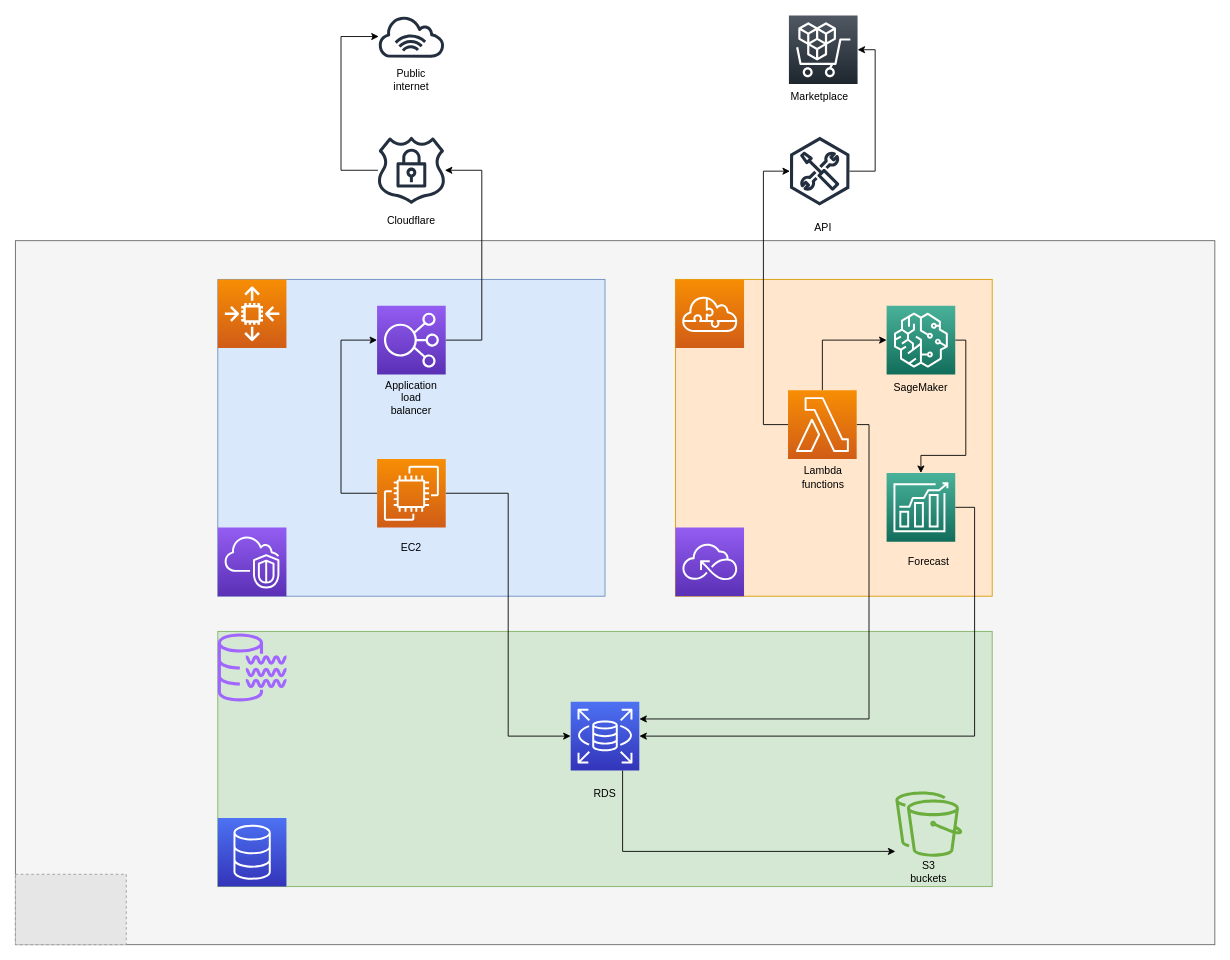
Before: analytics-service/Untitled Diagram.drawio in IcyAltair/Pet-projects, a draw.io diagram. Source tidied: cells renumbered, new cells numbered last; positions are measured from the earlier drawing's top-left corner, leaving out a move shared by most shapes. Both pictures are drawn from the tidied source at 88%, with x=0, y=0 at pixel (15, 15). Pictures stored in the file or linked from it are replaced by grey dashed boxes.
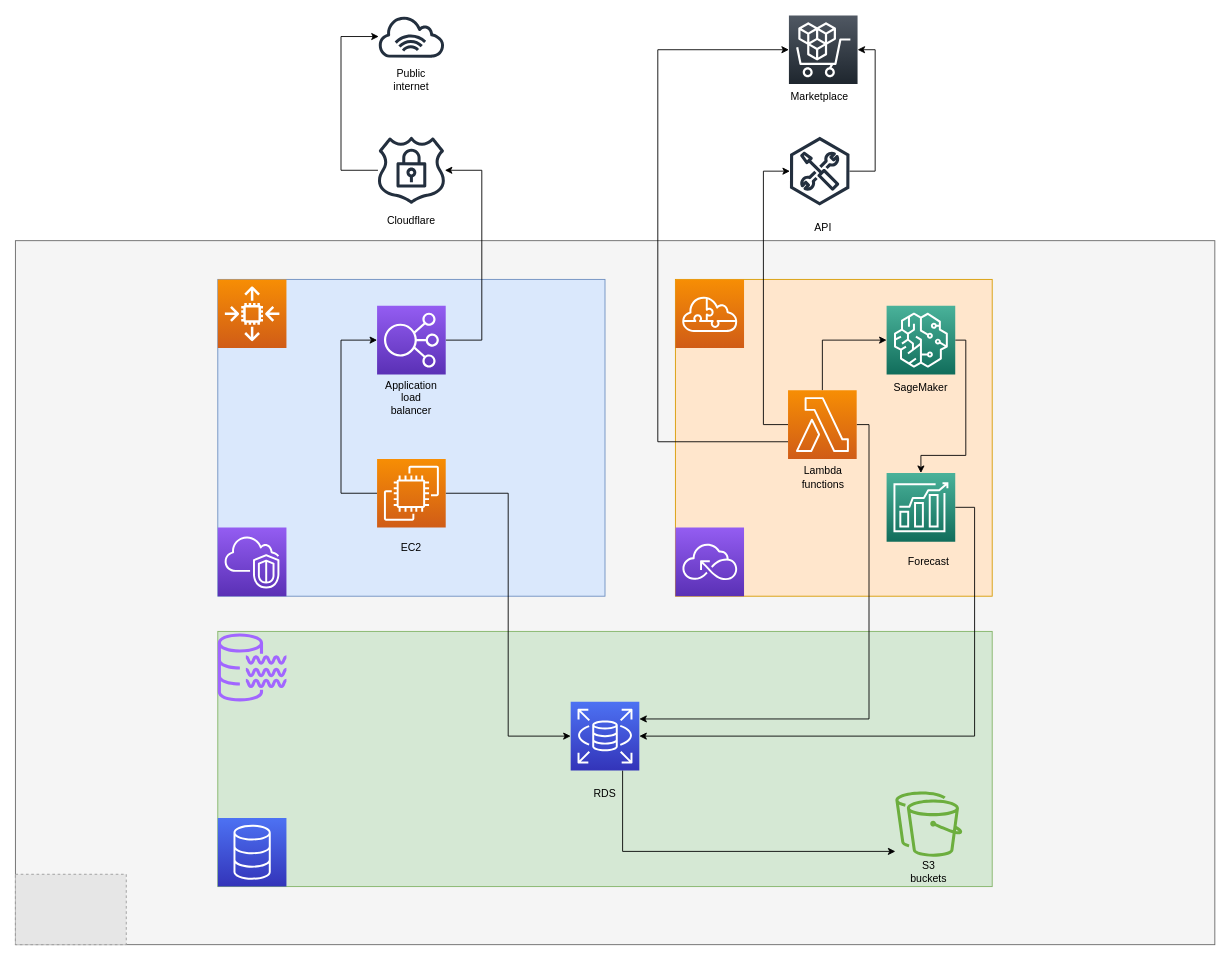
After the change.

The change refers to these unchanged cells:
```xml
<mxCell id="19" style="sketch=0;points=[[0,0,0],[0.25,0,0],[0.5,0,0],[0.75,0,0],[1,0,0],[0,1,0],[0.25,1,0],[0.5,1,0],[0.75,1,0],[1,1,0],[0,0.25,0],[0,0.5,0],[0,0.75,0],[1,0.25,0],[1,0.5,0],[1,0.75,0]];outlineConnect=0;fontColor=#232F3E;gradientColor=#F78E04;gradientDirection=north;fillColor=#D05C17;strokeColor=#ffffff;dashed=0;verticalLabelPosition=bottom;verticalAlign=top;align=center;html=1;fontSize=12;fontStyle=0;shape=mxgraph.aws4.resourceIcon;resIcon=mxgraph.aws4.lambda;" parent="1" vertex="1">
  <mxGeometry x="878" y="426" width="78" height="78" as="geometry" />
</mxCell>
<mxCell id="24" style="sketch=0;points=[[0,0,0],[0.25,0,0],[0.5,0,0],[0.75,0,0],[1,0,0],[0,1,0],[0.25,1,0],[0.5,1,0],[0.75,1,0],[1,1,0],[0,0.25,0],[0,0.5,0],[0,0.75,0],[1,0.25,0],[1,0.5,0],[1,0.75,0]];gradientDirection=north;outlineConnect=0;fontColor=#232F3E;gradientColor=#505863;fillColor=#1E262E;strokeColor=#ffffff;dashed=0;verticalLabelPosition=bottom;verticalAlign=top;align=center;html=1;fontSize=12;fontStyle=0;shape=mxgraph.aws4.resourceIcon;resIcon=mxgraph.aws4.marketplace;" parent="1" vertex="1">
  <mxGeometry x="879" width="78" height="78" as="geometry" />
</mxCell>
```

Diff of the diagram source:
```diff
@@
+    <mxCell id="46" style="edgeStyle=orthogonalEdgeStyle;rounded=0;jettySize=auto;html=1;exitX=0;exitY=0.75;exitDx=0;exitDy=0;exitPerimeter=0;entryX=0;entryY=0.5;entryDx=0;entryDy=0;entryPerimeter=0;" parent="1" edge="1" source="19" target="24">
+      <mxGeometry relative="1" as="geometry">
+        <Array as="points">
+          <mxPoint x="730" y="485" />
+          <mxPoint x="730" y="39" />
+        </Array>
+      </mxGeometry>
+    </mxCell>
```
